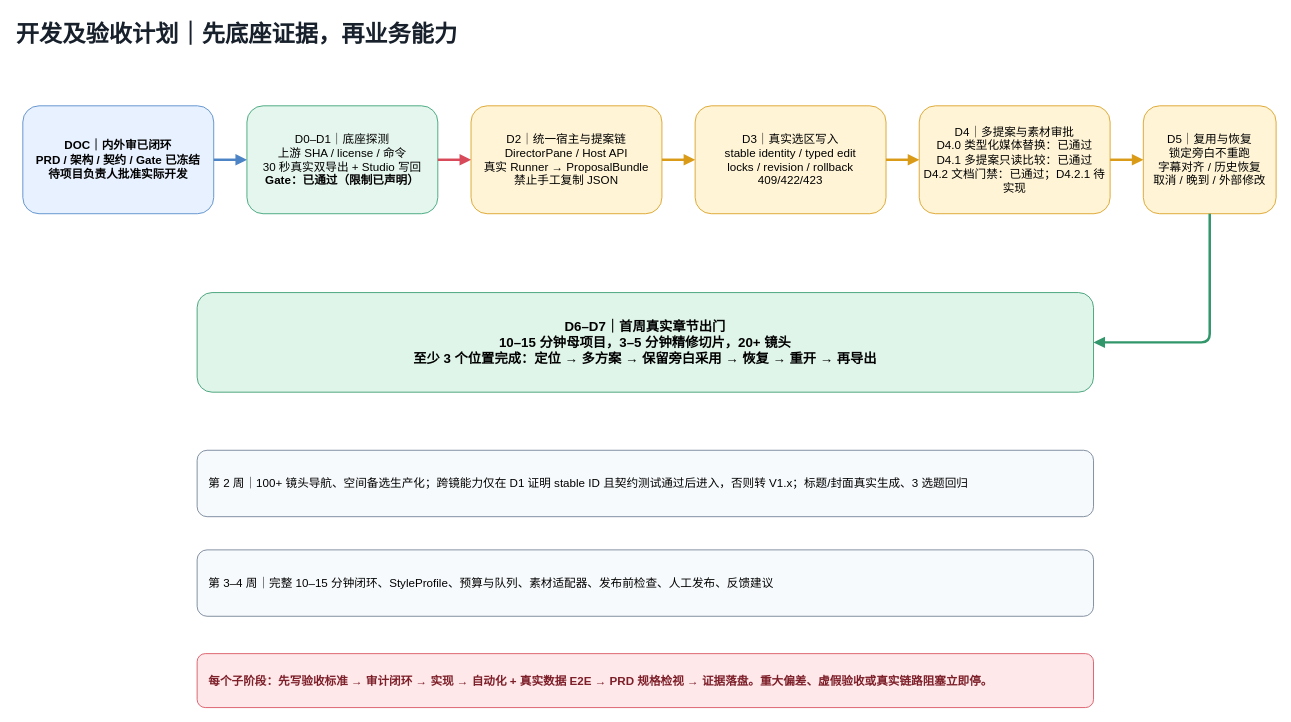
The draw.io diagram page "05_开发计划" (5 of 7) of docs/Narralens-V1-Development-GAP.drawio in ljx418/Narralens, before the edit. Source tidied: cells renumbered, new cells numbered last; positions are measured from the earlier drawing's top-left corner, leaving out a move shared by most shapes. Both pictures are drawn from the tidied source at 83%, with x=0, y=0 at pixel (14, 14).
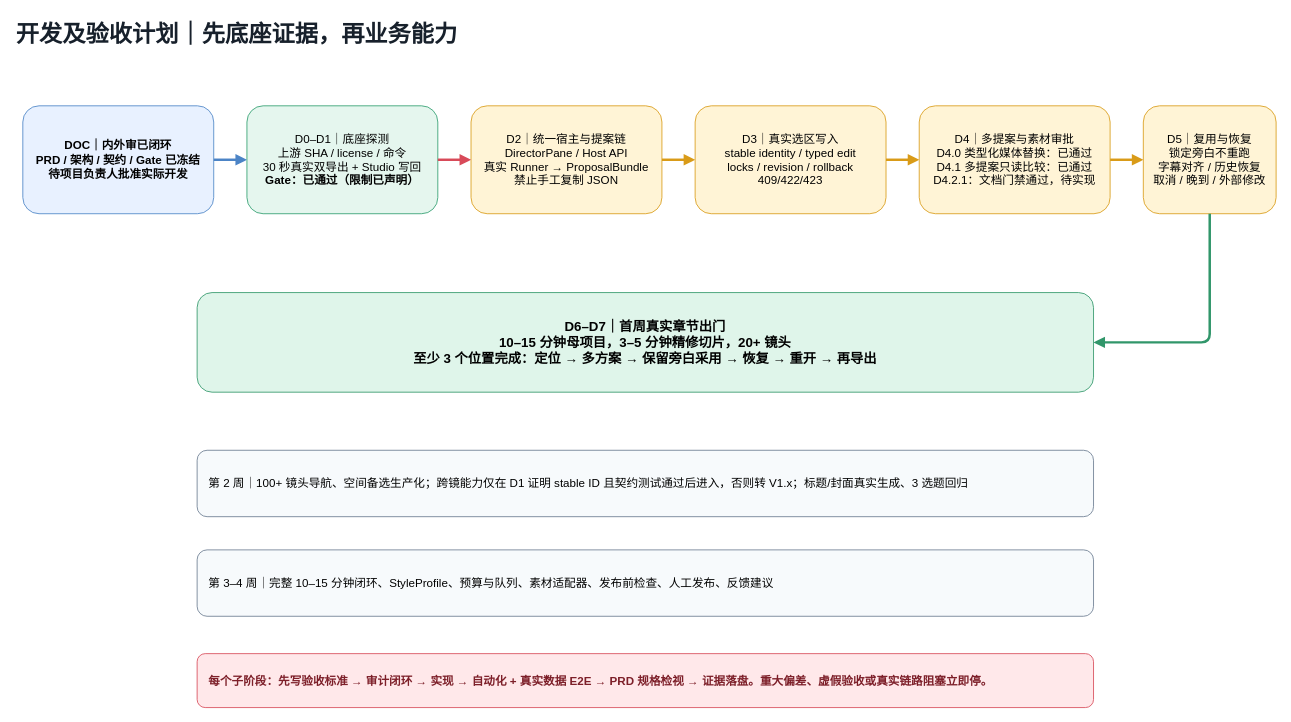
Above is the later version.

Diff of the diagram source:
```diff
@@
 <mxGraphModel>
   <root>
     <mxCell id="0" />
     <mxCell id="1" parent="0" />
     <mxCell id="2" value="开发及验收计划｜先底座证据，再业务能力" style="text;html=1;fontSize=28;fontStyle=1;fontColor=#17202B;" parent="1" vertex="1">
       <mxGeometry width="1000" height="50" as="geometry" />
     </mxCell>
     <mxCell id="3" value="DOC｜内外审已闭环&lt;br&gt;PRD / 架构 / 契约 / Gate 已冻结&lt;br&gt;待项目负责人批准实际开发" style="rounded=1;whiteSpace=wrap;html=1;fillColor=#E8F1FF;strokeColor=#4C84C6;fontSize=14;fontStyle=1;" parent="1" vertex="1">
       <mxGeometry x="10" y="110" width="230" height="130" as="geometry" />
     </mxCell>
     <mxCell id="4" value="D0–D1｜底座探测&lt;br&gt;上游 SHA / license / 命令&lt;br&gt;30 秒真实双导出 + Studio 写回&lt;br&gt;&lt;b&gt;Gate：已通过（限制已声明）&lt;/b&gt;" style="rounded=1;whiteSpace=wrap;html=1;fillColor=#E5F6EE;strokeColor=#2E9D6E;fontSize=14;" parent="1" vertex="1">
       <mxGeometry x="280" y="110" width="230" height="130" as="geometry" />
     </mxCell>
     <mxCell id="5" value="D2｜统一宿主与提案链&lt;br&gt;DirectorPane / Host API&lt;br&gt;真实 Runner → ProposalBundle&lt;br&gt;禁止手工复制 JSON" style="rounded=1;whiteSpace=wrap;html=1;fillColor=#FFF4D6;strokeColor=#D99B18;fontSize=14;" parent="1" vertex="1">
       <mxGeometry x="550" y="110" width="230" height="130" as="geometry" />
     </mxCell>
     <mxCell id="6" value="D3｜真实选区写入&lt;br&gt;stable identity / typed edit&lt;br&gt;locks / revision / rollback&lt;br&gt;409/422/423" style="rounded=1;whiteSpace=wrap;html=1;fillColor=#FFF4D6;strokeColor=#D99B18;fontSize=14;" parent="1" vertex="1">
       <mxGeometry x="820" y="110" width="230" height="130" as="geometry" />
     </mxCell>
-    <mxCell id="7" value="D4｜多提案与素材审批&lt;br&gt;D4.0 类型化媒体替换：已通过&lt;br&gt;D4.1 多提案只读比较：已通过&lt;br&gt;D4.2 文档门禁：已通过；D4.2.1 待实现" style="rounded=1;whiteSpace=wrap;html=1;fillColor=#FFF4D6;strokeColor=#D99B18;fontSize=14;" parent="1" vertex="1">
+    <mxCell id="7" value="D4｜多提案与素材审批&lt;br&gt;D4.0 类型化媒体替换：已通过&lt;br&gt;D4.1 多提案只读比较：已通过&lt;br&gt;D4.2.1：文档门禁通过，待实现" style="rounded=1;whiteSpace=wrap;html=1;fillColor=#FFF4D6;strokeColor=#D99B18;fontSize=14;" parent="1" vertex="1">
       <mxGeometry x="1090" y="110" width="230" height="130" as="geometry" />
     </mxCell>
     <mxCell id="8" value="D5｜复用与恢复&lt;br&gt;锁定旁白不重跑&lt;br&gt;字幕对齐 / 历史恢复&lt;br&gt;取消 / 晚到 / 外部修改" style="rounded=1;whiteSpace=wrap;html=1;fillColor=#FFF4D6;strokeColor=#D99B18;fontSize=14;" parent="1" vertex="1">
       <mxGeometry x="1360" y="110" width="160" height="130" as="geometry" />
     </mxCell>
     <mxCell id="9" style="edgeStyle=orthogonalEdgeStyle;html=1;strokeColor=#4C84C6;strokeWidth=3;endArrow=block;" parent="1" edge="1" source="3" target="4">
       <mxGeometry relative="1" as="geometry" />
     </mxCell>
     <mxCell id="10" style="edgeStyle=orthogonalEdgeStyle;html=1;strokeColor=#D84A59;strokeWidth=3;endArrow=block;" parent="1" edge="1" source="4" target="5">
       <mxGeometry relative="1" as="geometry" />
     </mxCell>
     <mxCell id="11" style="edgeStyle=orthogonalEdgeStyle;html=1;strokeColor=#D99B18;strokeWidth=3;endArrow=block;" parent="1" edge="1" source="5" target="6">
       <mxGeometry relative="1" as="geometry" />
     </mxCell>
     <mxCell id="12" style="edgeStyle=orthogonalEdgeStyle;html=1;strokeColor=#D99B18;strokeWidth=3;endArrow=block;" parent="1" edge="1" source="6" target="7">
       <mxGeometry relative="1" as="geometry" />
     </mxCell>
     <mxCell id="13" style="edgeStyle=orthogonalEdgeStyle;html=1;strokeColor=#D99B18;strokeWidth=3;endArrow=block;" parent="1" edge="1" source="7" target="8">
       <mxGeometry relative="1" as="geometry" />
     </mxCell>
     <mxCell id="14" value="D6–D7｜首周真实章节出门&lt;br&gt;10–15 分钟母项目，3–5 分钟精修切片，20+ 镜头&lt;br&gt;至少 3 个位置完成：定位 → 多方案 → 保留旁白采用 → 恢复 → 重开 → 再导出" style="rounded=1;whiteSpace=wrap;html=1;fillColor=#DFF5EA;strokeColor=#31966A;fontSize=16;fontStyle=1;" parent="1" vertex="1">
       <mxGeometry x="220" y="335" width="1080" height="120" as="geometry" />
     </mxCell>
     <mxCell id="15" style="edgeStyle=orthogonalEdgeStyle;html=1;strokeColor=#31966A;strokeWidth=3;endArrow=block;exitX=0.5;exitY=1;entryX=1;entryY=0.5;" parent="1" edge="1" source="8" target="14">
       <mxGeometry relative="1" as="geometry" />
     </mxCell>
     <mxCell id="16" value="第 2 周｜100+ 镜头导航、空间备选生产化；跨镜能力仅在 D1 证明 stable ID 且契约测试通过后进入，否则转 V1.x；标题/封面真实生成、3 选题回归" style="rounded=1;whiteSpace=wrap;html=1;fillColor=#F7FAFC;strokeColor=#6B7C90;fontSize=14;align=left;spacing=14;" parent="1" vertex="1">
       <mxGeometry x="220" y="525" width="1080" height="80" as="geometry" />
     </mxCell>
     <mxCell id="17" value="第 3–4 周｜完整 10–15 分钟闭环、StyleProfile、预算与队列、素材适配器、发布前检查、人工发布、反馈建议" style="rounded=1;whiteSpace=wrap;html=1;fillColor=#F7FAFC;strokeColor=#6B7C90;fontSize=14;align=left;spacing=14;" parent="1" vertex="1">
       <mxGeometry x="220" y="645" width="1080" height="80" as="geometry" />
     </mxCell>
     <mxCell id="18" value="每个子阶段：先写验收标准 → 审计闭环 → 实现 → 自动化 + 真实数据 E2E → PRD 规格检视 → 证据落盘。重大偏差、虚假验收或真实链路阻塞立即停。" style="rounded=1;whiteSpace=wrap;html=1;fillColor=#FFE8EA;strokeColor=#D84A59;fontColor=#7D1F29;fontSize=14;fontStyle=1;align=left;spacing=14;" parent="1" vertex="1">
       <mxGeometry x="220" y="770" width="1080" height="65" as="geometry" />
     </mxCell>
   </root>
 </mxGraphModel>
```
